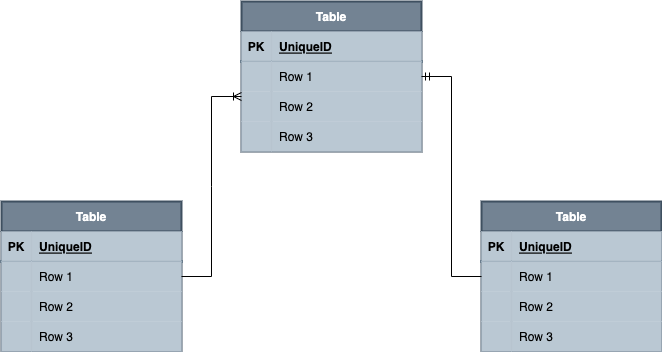
The draw.io diagram ROTCIN.drawio.png in joyoonsik/ROTCIN_ERD, before a commit. Source tidied: cells renumbered, new cells last; positions are measured from the earlier drawing's top-left corner, leaving out a move shared by most shapes.
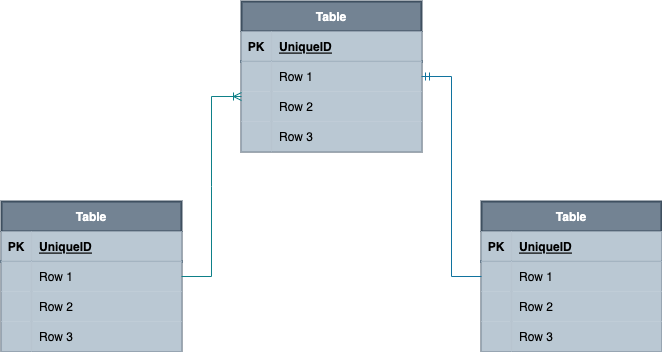
After the change.

What changed in the source:
```diff
@@ -119,12 +119,12 @@
     <mxCell id="40" value="Row 3" style="shape=partialRectangle;fillColor=#bac8d3;top=0;left=0;bottom=0;right=0;align=left;spacingLeft=6;overflow=hidden;strokeColor=#23445d;strokeWidth=2;opacity=90;" parent="38" vertex="1">
       <mxGeometry x="30" width="150" height="30" as="geometry" />
     </mxCell>
-    <mxCell id="41" style="edgeStyle=entityRelationEdgeStyle;fontSize=12;html=1;endArrow=ERoneToMany;rounded=0;exitX=1;exitY=0.5;exitDx=0;exitDy=0;" parent="1" edge="1" source="15">
+    <mxCell id="41" style="edgeStyle=entityRelationEdgeStyle;fontSize=12;html=1;endArrow=ERoneToMany;rounded=0;exitX=1;exitY=0.5;exitDx=0;exitDy=0;strokeColor=#0e8088;fillColor=#b0e3e6;" parent="1" edge="1" source="15">
       <mxGeometry relative="1" as="geometry">
         <mxPoint x="240" y="95" as="targetPoint" />
       </mxGeometry>
     </mxCell>
-    <mxCell id="42" style="edgeStyle=entityRelationEdgeStyle;fontSize=12;html=1;endArrow=ERmandOne;rounded=0;" parent="1" edge="1" source="28" target="6">
+    <mxCell id="42" style="edgeStyle=entityRelationEdgeStyle;fontSize=12;html=1;endArrow=ERmandOne;rounded=0;fillColor=#b1ddf0;strokeColor=#10739e;" parent="1" edge="1" source="28" target="6">
       <mxGeometry relative="1" as="geometry" />
     </mxCell>
   </root>
```
